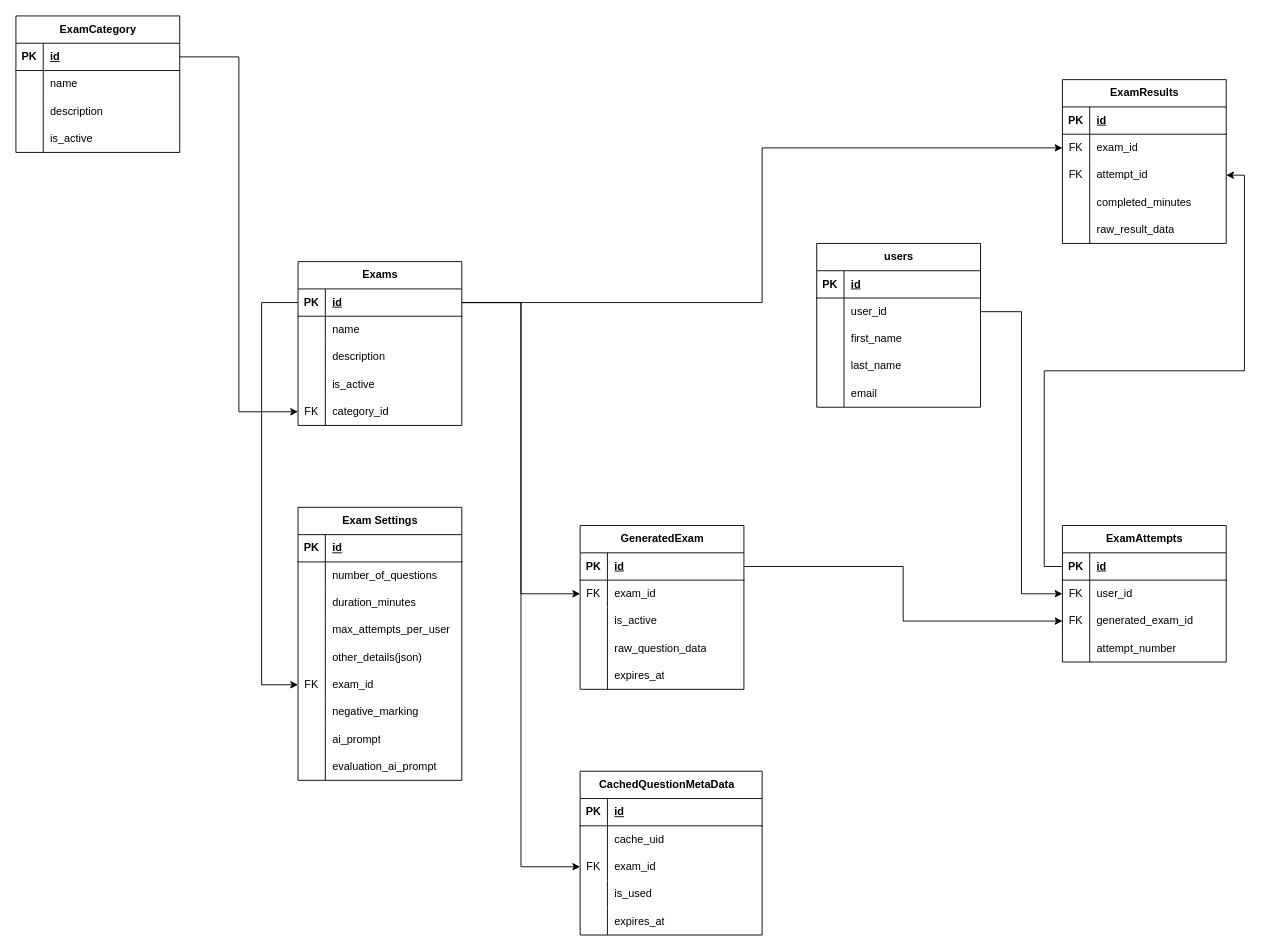
The draw.io diagram page "db schema" (4 of 4) of docs/retest.drawio in Anexca/project-kota, before the edit. Source tidied: cells renumbered, new cells numbered last; positions are measured from the earlier drawing's top-left corner, leaving out a move shared by most shapes. Both pictures are drawn from the tidied source at 91%, with x=0, y=0 at pixel (15, 15).
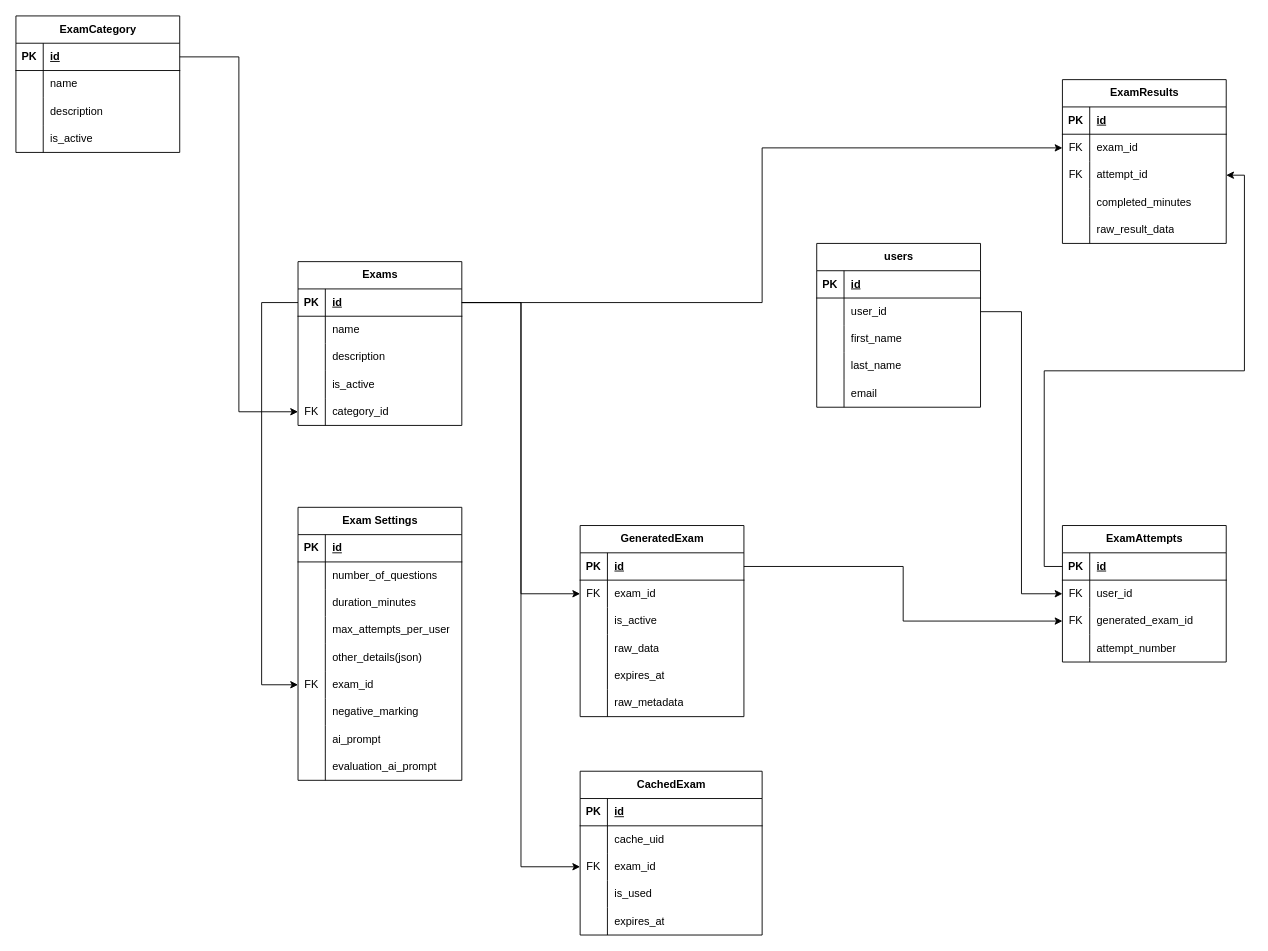
After the change.

The change refers to these unchanged cells:
```xml
<mxCell id="86" style="shape=tableRow;horizontal=0;startSize=0;swimlaneHead=0;swimlaneBody=0;fillColor=none;top=0;left=0;right=0;bottom=0;" parent="76" vertex="1">
  <mxGeometry y="120" width="180" height="30" as="geometry" />
</mxCell>
```

What changed in the source:
```diff
@@
-    <mxCell id="60" value="CachedQuestionMetaData&amp;nbsp; &amp;nbsp;" style="shape=table;startSize=30;childLayout=tableLayout;rowLines=0;fontStyle=1;align=center;html=1;" parent="1" vertex="1">
+    <mxCell id="60" value="CachedExam" style="shape=table;startSize=30;childLayout=tableLayout;rowLines=0;fontStyle=1;align=center;html=1;" parent="1" vertex="1">
       <mxGeometry x="620" y="830" width="200" height="180" as="geometry" />
     </mxCell>
@@
     <mxCell id="76" value="GeneratedExam" style="shape=table;startSize=30;childLayout=tableLayout;rowLines=0;fontStyle=1;align=center;html=1;" parent="1" vertex="1">
-      <mxGeometry x="620" y="560" width="180" height="180" as="geometry" />
+      <mxGeometry x="620" y="560" width="180" height="210" as="geometry" />
     </mxCell>
@@
-    <mxCell id="88" value="raw_question_data" style="shape=partialRectangle;fillColor=none;top=0;left=0;bottom=0;right=0;align=left;spacingLeft=6;overflow=hidden;whiteSpace=wrap;html=1;" parent="86" vertex="1">
+    <mxCell id="88" value="raw_data" style="shape=partialRectangle;fillColor=none;top=0;left=0;bottom=0;right=0;align=left;spacingLeft=6;overflow=hidden;whiteSpace=wrap;html=1;" parent="86" vertex="1">
       <mxGeometry x="30" width="150" height="30" as="geometry" />
     </mxCell>
@@
+    <mxCell id="144" style="shape=tableRow;horizontal=0;startSize=0;swimlaneHead=0;swimlaneBody=0;fillColor=none;top=0;left=0;right=0;bottom=0;" parent="76" vertex="1">
+      <mxGeometry y="180" width="180" height="30" as="geometry" />
+    </mxCell>
+    <mxCell id="145" style="shape=partialRectangle;fillColor=none;top=0;left=0;bottom=0;right=0;overflow=hidden;whiteSpace=wrap;html=1;" parent="144" vertex="1">
+      <mxGeometry width="30" height="30" as="geometry" />
+    </mxCell>
+    <mxCell id="146" value="raw_metadata" style="shape=partialRectangle;fillColor=none;top=0;left=0;bottom=0;right=0;align=left;spacingLeft=6;overflow=hidden;whiteSpace=wrap;html=1;" parent="144" vertex="1">
+      <mxGeometry x="30" width="150" height="30" as="geometry" />
+    </mxCell>
```
